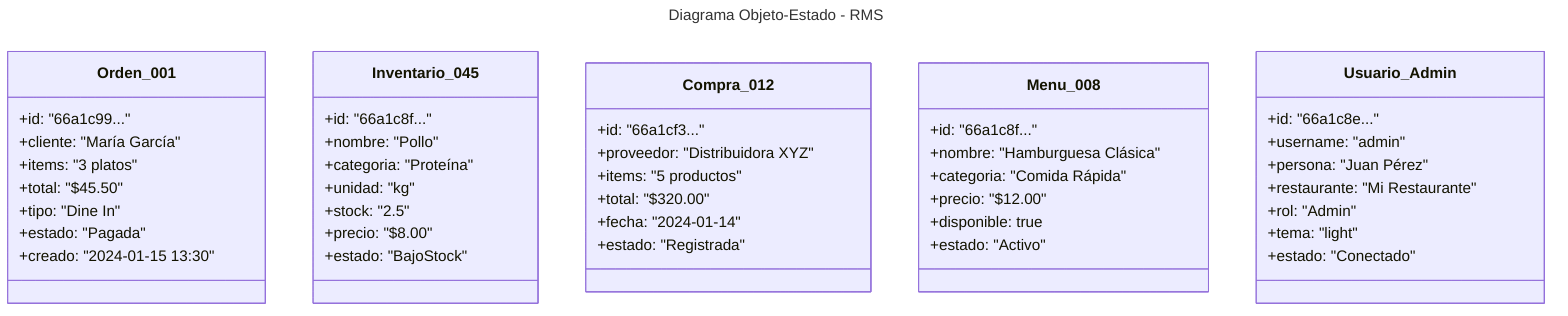
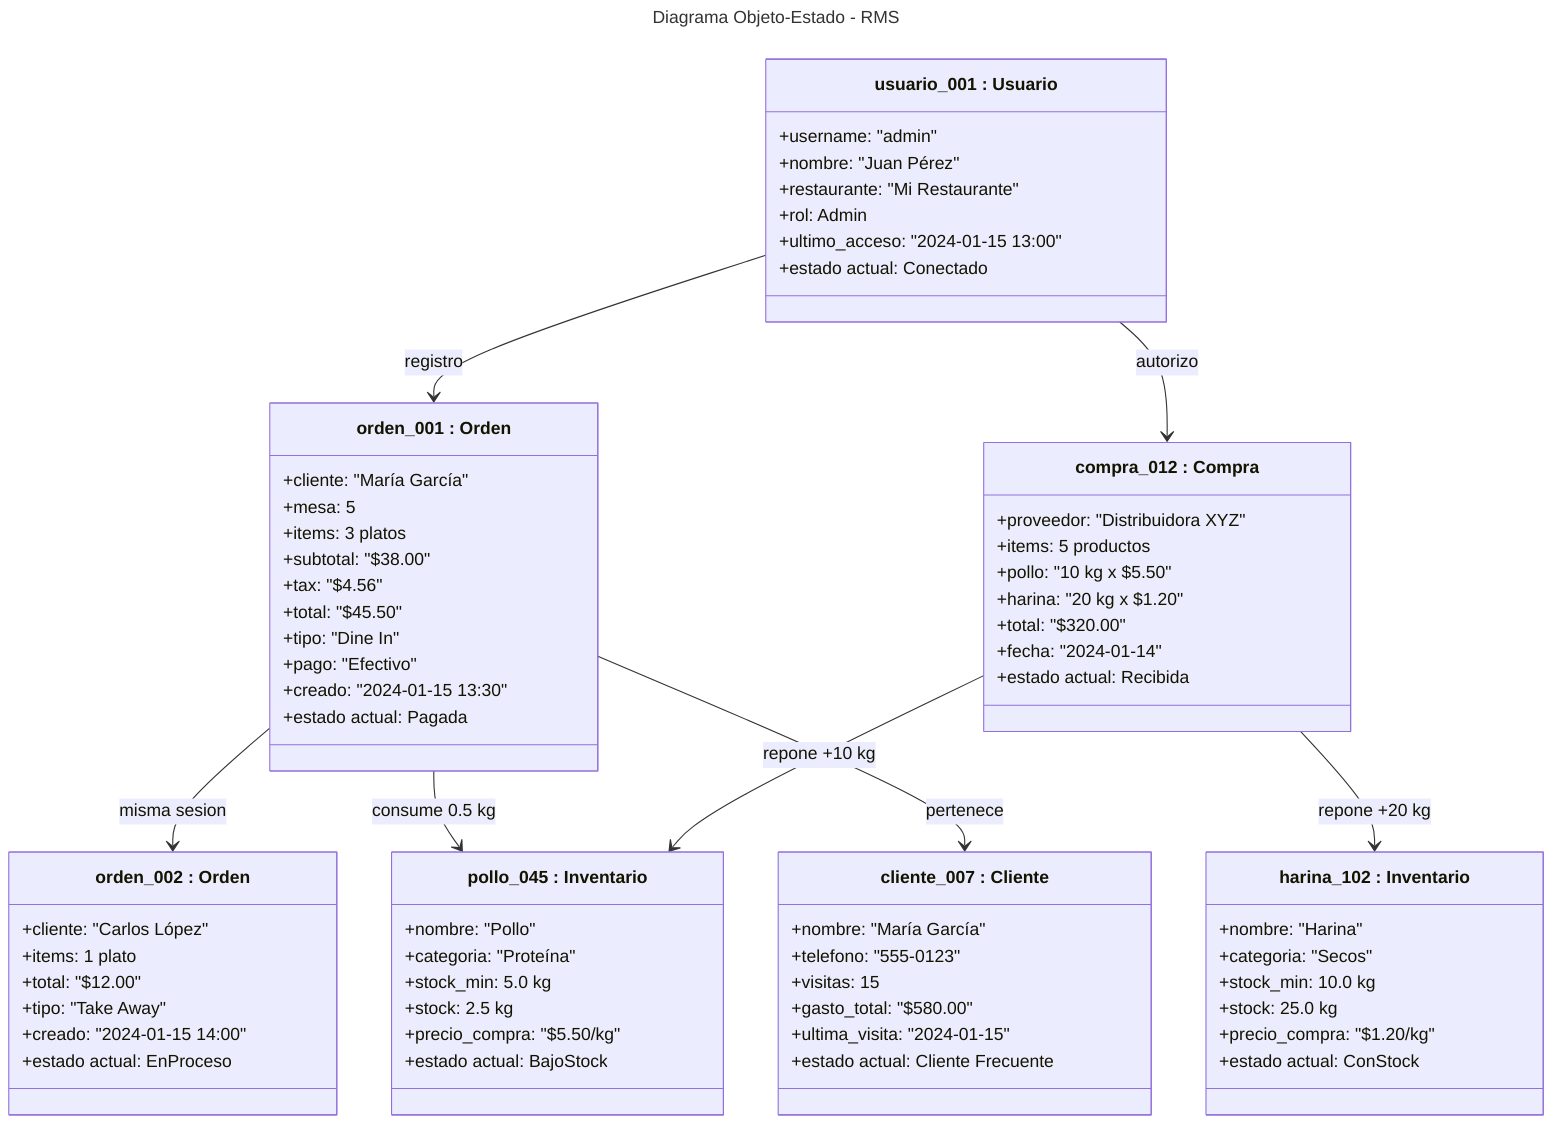
---
title: Diagrama Objeto-Estado - RMS
---
classDiagram
-     class Orden_001 {
-         +id: "66a1c99..."
+     class `orden_001 : Orden` {
        +cliente: "María García"
-         +items: "3 platos"
+         +mesa: 5
+         +items: 3 platos
+         +subtotal: "$38.00"
+         +tax: "$4.56"
        +total: "$45.50"
        +tipo: "Dine In"
-         +estado: "Pagada"
+         +pago: "Efectivo"
        +creado: "2024-01-15 13:30"
+         +estado actual: Pagada
    }

-     class Inventario_045 {
-         +id: "66a1c8f..."
+     class `orden_002 : Orden` {
+         +cliente: "Carlos López"
+         +items: 1 plato
+         +total: "$12.00"
+         +tipo: "Take Away"
+         +creado: "2024-01-15 14:00"
+         +estado actual: EnProceso
+     }
+ 
+     class `pollo_045 : Inventario` {
        +nombre: "Pollo"
        +categoria: "Proteína"
-         +unidad: "kg"
-         +stock: "2.5"
-         +precio: "$8.00"
-         +estado: "BajoStock"
+         +stock_min: 5.0 kg
+         +stock: 2.5 kg
+         +precio_compra: "$5.50/kg"
+         +estado actual: BajoStock
    }

-     class Compra_012 {
-         +id: "66a1cf3..."
+     class `harina_102 : Inventario` {
+         +nombre: "Harina"
+         +categoria: "Secos"
+         +stock_min: 10.0 kg
+         +stock: 25.0 kg
+         +precio_compra: "$1.20/kg"
+         +estado actual: ConStock
+     }
+ 
+     class `compra_012 : Compra` {
        +proveedor: "Distribuidora XYZ"
-         +items: "5 productos"
+         +items: 5 productos
+         +pollo: "10 kg x $5.50"
+         +harina: "20 kg x $1.20"
        +total: "$320.00"
        +fecha: "2024-01-14"
-         +estado: "Registrada"
+         +estado actual: Recibida
    }

-     class Menu_008 {
-         +id: "66a1c8f..."
-         +nombre: "Hamburguesa Clásica"
-         +categoria: "Comida Rápida"
-         +precio: "$12.00"
-         +disponible: true
-         +estado: "Activo"
+     class `cliente_007 : Cliente` {
+         +nombre: "María García"
+         +telefono: "555-0123"
+         +visitas: 15
+         +gasto_total: "$580.00"
+         +ultima_visita: "2024-01-15"
+         +estado actual: Cliente Frecuente
    }

-     class Usuario_Admin {
-         +id: "66a1c8e..."
+     class `usuario_001 : Usuario` {
        +username: "admin"
-         +persona: "Juan Pérez"
+         +nombre: "Juan Pérez"
        +restaurante: "Mi Restaurante"
-         +rol: "Admin"
-         +tema: "light"
-         +estado: "Conectado"
+         +rol: Admin
+         +ultimo_acceso: "2024-01-15 13:00"
+         +estado actual: Conectado
    }
+ 
+     `orden_001 : Orden` --> `orden_002 : Orden` : misma sesion
+     `orden_001 : Orden` --> `pollo_045 : Inventario` : consume 0.5 kg
+     `compra_012 : Compra` --> `pollo_045 : Inventario` : repone +10 kg
+     `compra_012 : Compra` --> `harina_102 : Inventario` : repone +20 kg
+     `orden_001 : Orden` --> `cliente_007 : Cliente` : pertenece
+     `usuario_001 : Usuario` --> `orden_001 : Orden` : registro
+     `usuario_001 : Usuario` --> `compra_012 : Compra` : autorizo
